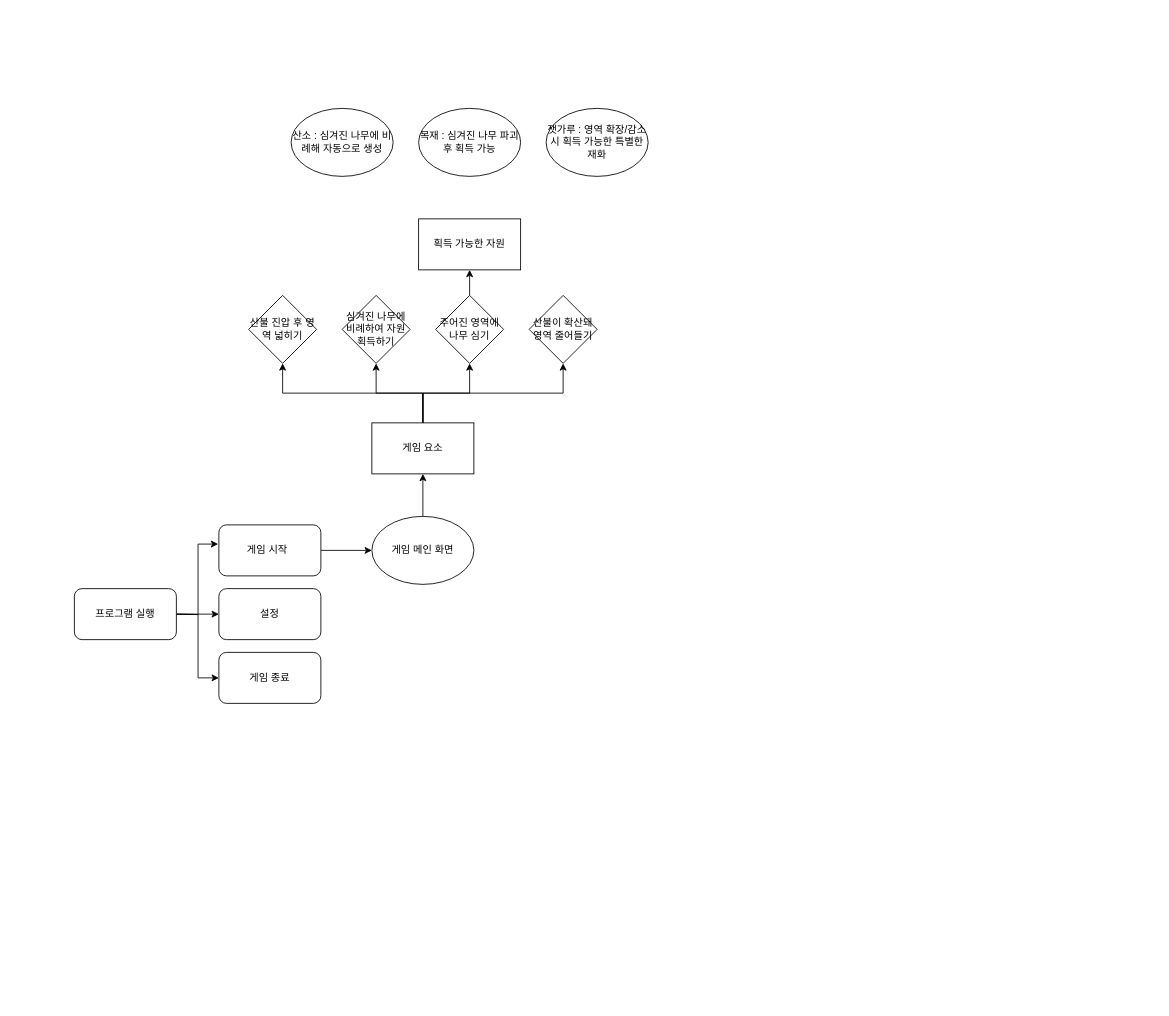
Earlier version of the draw.io diagram Works/제목 없는 다이어그램.drawio (CTRLHyeon/MyWorks). Source tidied: cells renumbered, new cells numbered last; positions are measured from the earlier drawing's top-left corner, leaving out a move shared by most shapes. Both pictures are drawn from the tidied source at 85%, with x=0, y=0 at pixel (74, 108).
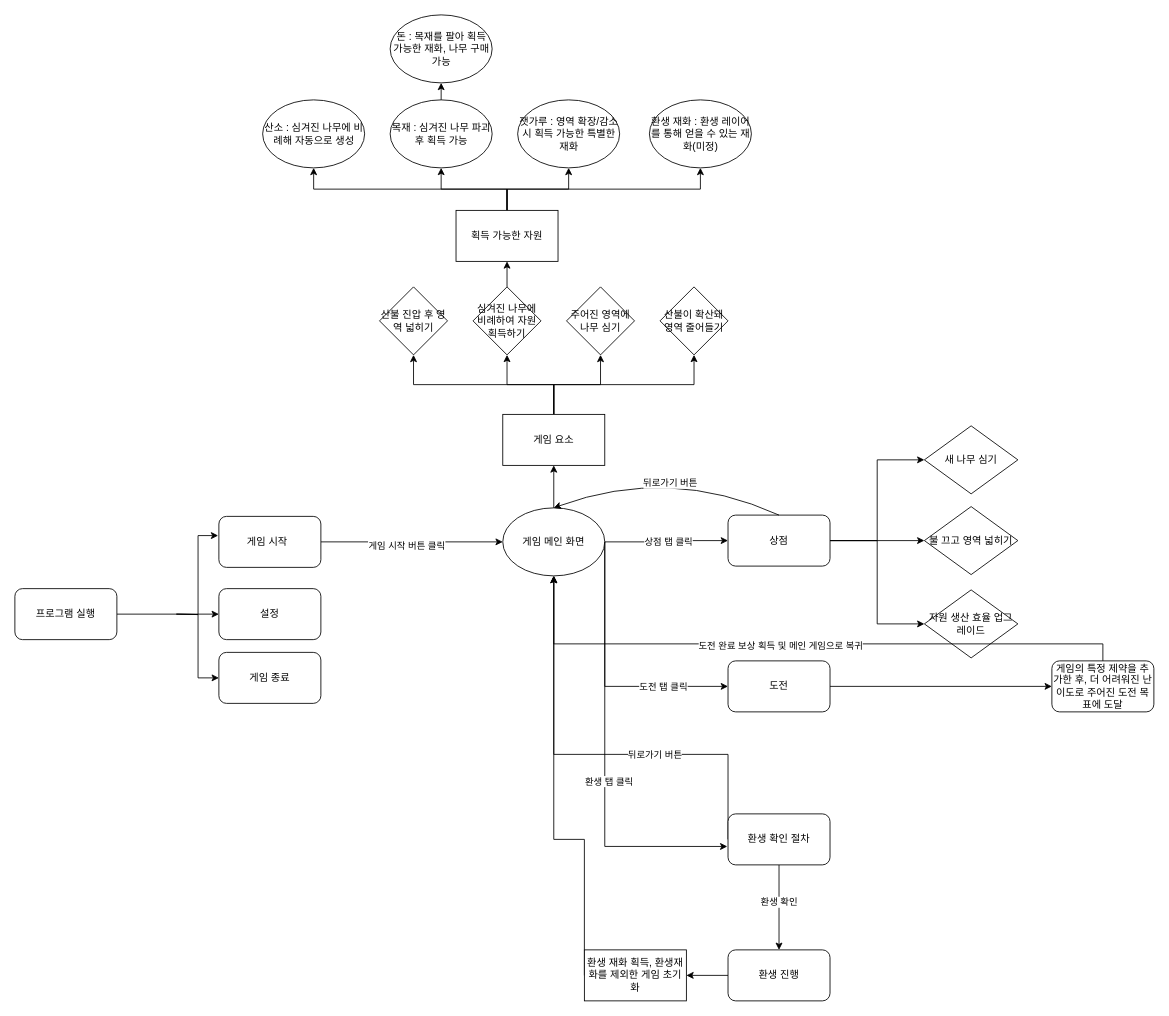
Above is the later version.

Commit message:
제목 없는 다이어그램.drawio 업데이트

The change refers to these unchanged cells:
```xml
<mxCell id="3" style="edgeStyle=orthogonalEdgeStyle;rounded=0;jettySize=auto;html=1;" parent="1" edge="1" source="4" target="9">
  <mxGeometry relative="1" as="geometry" />
</mxCell>
```

What changed in the source:
```diff
@@
+    <mxCell id="26" value="게임 시작 버튼 클릭" style="edgeLabel;html=1;align=center;verticalAlign=middle;" parent="3" vertex="1">
+      <mxGeometry x="-0.07" y="-4" relative="1" as="geometry" />
+    </mxCell>
     <mxCell id="4" value="게임 시작&lt;span style=&quot;white-space: pre;&quot;&gt;&#9;&lt;/span&gt;" style="rounded=1;whiteSpace=wrap;html=1;" parent="1" vertex="1">
-      <mxGeometry x="170" y="490" width="120" height="60" as="geometry" />
+      <mxGeometry x="170" y="480" width="120" height="60" as="geometry" />
     </mxCell>
@@
+    <mxCell id="27" style="edgeStyle=orthogonalEdgeStyle;rounded=0;jettySize=auto;html=1;exitX=1;exitY=0.5;exitDx=0;exitDy=0;entryX=0;entryY=0.5;entryDx=0;entryDy=0;" parent="1" edge="1" source="9" target="40">
+      <mxGeometry relative="1" as="geometry" />
+    </mxCell>
+    <mxCell id="28" value="상점 탭 클릭" style="edgeLabel;html=1;align=center;verticalAlign=middle;" parent="27" vertex="1">
+      <mxGeometry x="0.04" y="-1" relative="1" as="geometry" />
+    </mxCell>
+    <mxCell id="29" style="edgeStyle=orthogonalEdgeStyle;rounded=0;jettySize=auto;html=1;exitX=1;exitY=0.5;exitDx=0;exitDy=0;entryX=0;entryY=0.5;entryDx=0;entryDy=0;" parent="1" edge="1" source="9" target="57">
+      <mxGeometry relative="1" as="geometry">
+        <Array as="points">
+          <mxPoint x="624" y="680" />
+        </Array>
+      </mxGeometry>
+    </mxCell>
+    <mxCell id="30" value="도전 탭 클릭" style="edgeLabel;html=1;align=center;verticalAlign=middle;" parent="29" vertex="1">
+      <mxGeometry x="0.51" relative="1" as="geometry" />
+    </mxCell>
     <mxCell id="9" value="게임 메인 화면" style="ellipse;whiteSpace=wrap;html=1;" parent="1" vertex="1">
-      <mxGeometry x="350" y="480" width="120" height="80" as="geometry" />
+      <mxGeometry x="504" y="470" width="120" height="80" as="geometry" />
     </mxCell>
@@
     <mxCell id="14" value="게임 요소" style="rounded=0;whiteSpace=wrap;html=1;" parent="1" vertex="1">
-      <mxGeometry x="350" y="370" width="120" height="60" as="geometry" />
+      <mxGeometry x="504" y="360" width="120" height="60" as="geometry" />
     </mxCell>
-    <mxCell id="15" style="edgeStyle=orthogonalEdgeStyle;rounded=0;jettySize=auto;html=1;exitX=0.5;exitY=0;exitDx=0;exitDy=0;entryX=0.5;entryY=1;entryDx=0;entryDy=0;" parent="1" edge="1" source="16" target="22">
-      <mxGeometry relative="1" as="geometry" />
+    <mxCell id="15" style="edgeStyle=orthogonalEdgeStyle;rounded=0;jettySize=auto;html=1;exitX=0.5;exitY=0;exitDx=0;exitDy=0;entryX=0.5;entryY=1;entryDx=0;entryDy=0;" parent="1" edge="1" target="22">
+      <mxGeometry relative="1" as="geometry">
+        <mxPoint x="509" y="210" as="sourcePoint" />
+      </mxGeometry>
     </mxCell>
     <mxCell id="16" value="주어진 영역에 나무 심기" style="rhombus;whiteSpace=wrap;html=1;" parent="1" vertex="1">
-      <mxGeometry x="425" y="220" width="80" height="80" as="geometry" />
+      <mxGeometry x="579" y="210" width="80" height="80" as="geometry" />
     </mxCell>
     <mxCell id="17" value="산불 진압 후 영역 넓히기" style="rhombus;whiteSpace=wrap;html=1;" parent="1" vertex="1">
-      <mxGeometry x="205" y="220" width="80" height="80" as="geometry" />
+      <mxGeometry x="359" y="210" width="80" height="80" as="geometry" />
     </mxCell>
     <mxCell id="18" value="산불이 확산돼 영역 줄어들기" style="rhombus;whiteSpace=wrap;html=1;" parent="1" vertex="1">
-      <mxGeometry x="535" y="220" width="80" height="80" as="geometry" />
+      <mxGeometry x="689" y="210" width="80" height="80" as="geometry" />
     </mxCell>
     <mxCell id="19" value="심겨진 나무에 비례하여 자원 획득하기" style="rhombus;whiteSpace=wrap;html=1;" parent="1" vertex="1">
-      <mxGeometry x="315" y="220" width="80" height="80" as="geometry" />
+      <mxGeometry x="469" y="210" width="80" height="80" as="geometry" />
     </mxCell>
@@
     <mxCell id="21" value="프로그램 실행" style="rounded=1;whiteSpace=wrap;html=1;" parent="1" vertex="1">
-      <mxGeometry y="565" width="120" height="60" as="geometry" />
+      <mxGeometry x="-70" y="565" width="120" height="60" as="geometry" />
     </mxCell>
+    <mxCell id="31" style="edgeStyle=orthogonalEdgeStyle;rounded=0;jettySize=auto;html=1;exitX=0.5;exitY=0;exitDx=0;exitDy=0;entryX=0.5;entryY=1;entryDx=0;entryDy=0;" parent="1" edge="1" source="22" target="23">
+      <mxGeometry relative="1" as="geometry" />
+    </mxCell>
+    <mxCell id="32" style="edgeStyle=orthogonalEdgeStyle;rounded=0;jettySize=auto;html=1;entryX=0.5;entryY=1;entryDx=0;entryDy=0;" parent="1" edge="1" source="22" target="24">
+      <mxGeometry relative="1" as="geometry" />
+    </mxCell>
+    <mxCell id="33" style="edgeStyle=orthogonalEdgeStyle;rounded=0;jettySize=auto;html=1;entryX=0.5;entryY=1;entryDx=0;entryDy=0;" parent="1" edge="1" source="22" target="25">
+      <mxGeometry relative="1" as="geometry" />
+    </mxCell>
+    <mxCell id="34" style="edgeStyle=orthogonalEdgeStyle;rounded=0;jettySize=auto;html=1;exitX=0.5;exitY=0;exitDx=0;exitDy=0;entryX=0.5;entryY=1;entryDx=0;entryDy=0;" parent="1" edge="1" source="22" target="36">
+      <mxGeometry relative="1" as="geometry" />
+    </mxCell>
     <mxCell id="22" value="획득 가능한 자원" style="rounded=0;whiteSpace=wrap;html=1;" parent="1" vertex="1">
-      <mxGeometry x="405" y="130" width="120" height="60" as="geometry" />
+      <mxGeometry x="449" y="120" width="120" height="60" as="geometry" />
     </mxCell>
     <mxCell id="23" value="산소 : 심겨진 나무에 비례해 자동으로 생성" style="ellipse;whiteSpace=wrap;html=1;" parent="1" vertex="1">
-      <mxGeometry x="255" width="120" height="80" as="geometry" />
+      <mxGeometry x="221.5" y="-10" width="120" height="80" as="geometry" />
     </mxCell>
+    <mxCell id="35" style="edgeStyle=orthogonalEdgeStyle;rounded=0;jettySize=auto;html=1;exitX=0.5;exitY=0;exitDx=0;exitDy=0;entryX=0.5;entryY=1;entryDx=0;entryDy=0;" parent="1" edge="1" source="24" target="43">
+      <mxGeometry relative="1" as="geometry" />
+    </mxCell>
     <mxCell id="24" value="목재 : 심겨진 나무 파괴 후 획득 가능" style="ellipse;whiteSpace=wrap;html=1;" parent="1" vertex="1">
-      <mxGeometry x="405" width="120" height="80" as="geometry" />
+      <mxGeometry x="371.5" y="-10" width="120" height="80" as="geometry" />
     </mxCell>
     <mxCell id="25" value="잿가루 : 영역 확장/감소 시 획득 가능한 특별한 재화" style="ellipse;whiteSpace=wrap;html=1;" parent="1" vertex="1">
-      <mxGeometry x="555" width="120" height="80" as="geometry" />
+      <mxGeometry x="521.5" y="-10" width="120" height="80" as="geometry" />
     </mxCell>
+    <mxCell id="36" value="환생 재화 : 환생 레이어를 통해 얻을 수 있는 재화(미정)" style="ellipse;whiteSpace=wrap;html=1;" parent="1" vertex="1">
+      <mxGeometry x="676.5" y="-10" width="120" height="80" as="geometry" />
+    </mxCell>
+    <mxCell id="37" style="edgeStyle=orthogonalEdgeStyle;rounded=0;jettySize=auto;html=1;exitX=1;exitY=0.5;exitDx=0;exitDy=0;entryX=0;entryY=0.5;entryDx=0;entryDy=0;" parent="1" edge="1" source="40" target="42">
+      <mxGeometry relative="1" as="geometry" />
+    </mxCell>
+    <mxCell id="38" style="edgeStyle=orthogonalEdgeStyle;rounded=0;jettySize=auto;html=1;exitX=1;exitY=0.5;exitDx=0;exitDy=0;entryX=0;entryY=0.5;entryDx=0;entryDy=0;" parent="1" edge="1" source="40" target="41">
+      <mxGeometry relative="1" as="geometry" />
+    </mxCell>
+    <mxCell id="39" style="edgeStyle=orthogonalEdgeStyle;rounded=0;jettySize=auto;html=1;exitX=1;exitY=0.5;exitDx=0;exitDy=0;entryX=0;entryY=0.5;entryDx=0;entryDy=0;" parent="1" edge="1" source="40" target="44">
+      <mxGeometry relative="1" as="geometry" />
+    </mxCell>
+    <mxCell id="40" value="상점" style="rounded=1;whiteSpace=wrap;html=1;" parent="1" vertex="1">
+      <mxGeometry x="769" y="478.5" width="120" height="60" as="geometry" />
+    </mxCell>
+    <mxCell id="41" value="새 나무 심기" style="rhombus;whiteSpace=wrap;html=1;" parent="1" vertex="1">
+      <mxGeometry x="1000" y="373.5" width="110" height="80" as="geometry" />
+    </mxCell>
+    <mxCell id="42" value="불 끄고 영역 넓히기" style="rhombus;whiteSpace=wrap;html=1;" parent="1" vertex="1">
+      <mxGeometry x="1000" y="468.5" width="110" height="80" as="geometry" />
+    </mxCell>
+    <mxCell id="43" value="돈 : 목재를 팔아 획득 가능한 재화, 나무 구매 가능" style="ellipse;whiteSpace=wrap;html=1;" parent="1" vertex="1">
+      <mxGeometry x="371.5" y="-110" width="120" height="80" as="geometry" />
+    </mxCell>
+    <mxCell id="44" value="자원 생산 효율 업그레이드" style="rhombus;whiteSpace=wrap;html=1;" parent="1" vertex="1">
+      <mxGeometry x="1000" y="566.5" width="110" height="80" as="geometry" />
+    </mxCell>
+    <mxCell id="45" style="edgeStyle=orthogonalEdgeStyle;rounded=0;jettySize=auto;html=1;exitX=0;exitY=0.5;exitDx=0;exitDy=0;" parent="1" edge="1" source="49" target="9">
+      <mxGeometry relative="1" as="geometry">
+        <Array as="points">
+          <mxPoint x="769" y="760" />
+          <mxPoint x="564" y="760" />
+        </Array>
+      </mxGeometry>
+    </mxCell>
+    <mxCell id="46" value="뒤로가기 버튼" style="edgeLabel;html=1;align=center;verticalAlign=middle;" parent="45" vertex="1">
+      <mxGeometry x="-0.04" y="-1" relative="1" as="geometry">
+        <mxPoint x="60" y="1" as="offset" />
+      </mxGeometry>
+    </mxCell>
+    <mxCell id="47" style="edgeStyle=orthogonalEdgeStyle;rounded=0;jettySize=auto;html=1;exitX=0.5;exitY=1;exitDx=0;exitDy=0;entryX=0.5;entryY=0;entryDx=0;entryDy=0;" parent="1" edge="1" source="49" target="51">
+      <mxGeometry relative="1" as="geometry" />
+    </mxCell>
+    <mxCell id="48" value="환생 확인" style="edgeLabel;html=1;align=center;verticalAlign=middle;" parent="47" vertex="1">
+      <mxGeometry x="-0.15" y="-1" relative="1" as="geometry" />
+    </mxCell>
+    <mxCell id="49" value="환생 확인 절차" style="rounded=1;whiteSpace=wrap;html=1;" parent="1" vertex="1">
+      <mxGeometry x="769" y="830" width="120" height="60" as="geometry" />
+    </mxCell>
+    <mxCell id="50" style="edgeStyle=orthogonalEdgeStyle;rounded=0;jettySize=auto;html=1;exitX=0;exitY=0.5;exitDx=0;exitDy=0;entryX=1;entryY=0.5;entryDx=0;entryDy=0;" parent="1" edge="1" source="51" target="55">
+      <mxGeometry relative="1" as="geometry" />
+    </mxCell>
+    <mxCell id="51" value="환생 진행" style="rounded=1;whiteSpace=wrap;html=1;" parent="1" vertex="1">
+      <mxGeometry x="769" y="990" width="120" height="60" as="geometry" />
+    </mxCell>
+    <mxCell id="52" style="curved=1;endArrow=classic;html=1;rounded=0;exitX=0.5;exitY=0;exitDx=0;exitDy=0;entryX=0.5;entryY=0;entryDx=0;entryDy=0;" parent="1" edge="1" source="40" target="9">
+      <mxGeometry relative="1" as="geometry">
+        <Array as="points">
+          <mxPoint x="700" y="420" />
+        </Array>
+      </mxGeometry>
+    </mxCell>
+    <mxCell id="53" value="뒤로가기 버튼" style="edgeLabel;html=1;align=center;verticalAlign=middle;" parent="52" vertex="1">
+      <mxGeometry x="0.03" y="19" relative="1" as="geometry" />
+    </mxCell>
+    <mxCell id="54" style="edgeStyle=orthogonalEdgeStyle;rounded=0;jettySize=auto;html=1;exitX=0;exitY=0.5;exitDx=0;exitDy=0;entryX=0.5;entryY=1;entryDx=0;entryDy=0;" parent="1" edge="1" source="55" target="9">
+      <mxGeometry relative="1" as="geometry">
+        <Array as="points">
+          <mxPoint x="564" y="860" />
+        </Array>
+      </mxGeometry>
+    </mxCell>
+    <mxCell id="55" value="환생 재화 획득, 환생재화를 제외한 게임 초기화" style="rounded=0;whiteSpace=wrap;html=1;" parent="1" vertex="1">
+      <mxGeometry x="600" y="990" width="120" height="60" as="geometry" />
+    </mxCell>
+    <mxCell id="56" style="edgeStyle=orthogonalEdgeStyle;rounded=0;jettySize=auto;html=1;exitX=1;exitY=0.5;exitDx=0;exitDy=0;entryX=0;entryY=0.5;entryDx=0;entryDy=0;" parent="1" edge="1" source="57" target="62">
+      <mxGeometry relative="1" as="geometry" />
+    </mxCell>
+    <mxCell id="57" value="도전" style="rounded=1;whiteSpace=wrap;html=1;" parent="1" vertex="1">
+      <mxGeometry x="769" y="650" width="120" height="60" as="geometry" />
+    </mxCell>
+    <mxCell id="58" style="edgeStyle=orthogonalEdgeStyle;rounded=0;jettySize=auto;html=1;exitX=1;exitY=0.5;exitDx=0;exitDy=0;entryX=-0.007;entryY=0.639;entryDx=0;entryDy=0;entryPerimeter=0;" parent="1" edge="1" source="9" target="49">
+      <mxGeometry relative="1" as="geometry">
+        <Array as="points">
+          <mxPoint x="624" y="868" />
+        </Array>
+      </mxGeometry>
+    </mxCell>
+    <mxCell id="59" value="환생 탭 클릭" style="edgeLabel;html=1;align=center;verticalAlign=middle;" parent="58" vertex="1">
+      <mxGeometry x="0.12" y="4" relative="1" as="geometry" />
+    </mxCell>
+    <mxCell id="60" style="edgeStyle=orthogonalEdgeStyle;rounded=0;jettySize=auto;html=1;exitX=0.5;exitY=0;exitDx=0;exitDy=0;" parent="1" edge="1" source="62" target="9">
+      <mxGeometry relative="1" as="geometry">
+        <Array as="points">
+          <mxPoint x="1210" y="630" />
+          <mxPoint x="564" y="630" />
+        </Array>
+      </mxGeometry>
+    </mxCell>
+    <mxCell id="61" value="도전 완료 보상 획득 및 메인 게임으로 복귀" style="edgeLabel;html=1;align=center;verticalAlign=middle;" parent="60" vertex="1">
+      <mxGeometry x="-0.12" y="1" relative="1" as="geometry">
+        <mxPoint x="-72" as="offset" />
+      </mxGeometry>
+    </mxCell>
+    <mxCell id="62" value="게임의 특정 제약을 추가한 후, 더 어려워진 난이도로 주어진 도전 목표에 도달" style="rounded=1;whiteSpace=wrap;html=1;" parent="1" vertex="1">
+      <mxGeometry x="1150" y="650" width="120" height="60" as="geometry" />
+    </mxCell>
```
